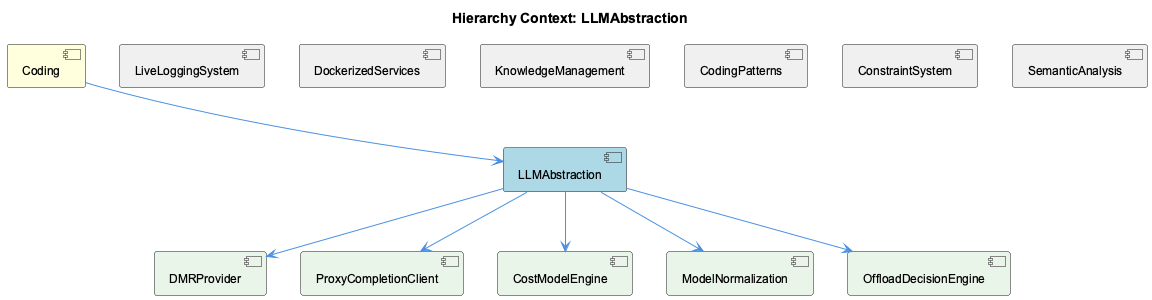
Earlier version of the PlantUML export knowledge-management/insights/images/llmabstraction-relationship.png (fwornle/coding).
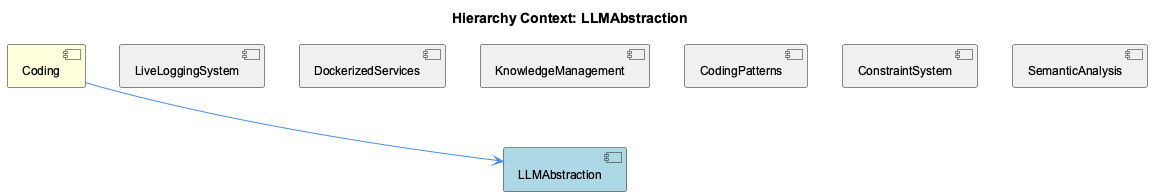
After the commit.

Diff of the diagram source:
```diff
@@ -11,11 +11,6 @@
 [CodingPatterns] as coding_patterns #F0F0F0
 [ConstraintSystem] as constraint_system #F0F0F0
 [SemanticAnalysis] as semantic_analysis #F0F0F0
-[DMRProvider] as dmrprovider #E8F5E8
-[ProxyCompletionClient] as proxy_completion_client #E8F5E8
-[CostModelEngine] as cost_model_engine #E8F5E8
-[ModelNormalization] as model_normalization #E8F5E8
-[OffloadDecisionEngine] as offload_decision_engine #E8F5E8
 
 coding --> llmabstraction
 live_logging_system -[hidden]- llmabstraction
@@ -24,10 +19,5 @@
 coding_patterns -[hidden]- llmabstraction
 constraint_system -[hidden]- llmabstraction
 semantic_analysis -[hidden]- llmabstraction
-llmabstraction --> dmrprovider
-llmabstraction --> proxy_completion_client
-llmabstraction --> cost_model_engine
-llmabstraction --> model_normalization
-llmabstraction --> offload_decision_engine
 
 @enduml
```
